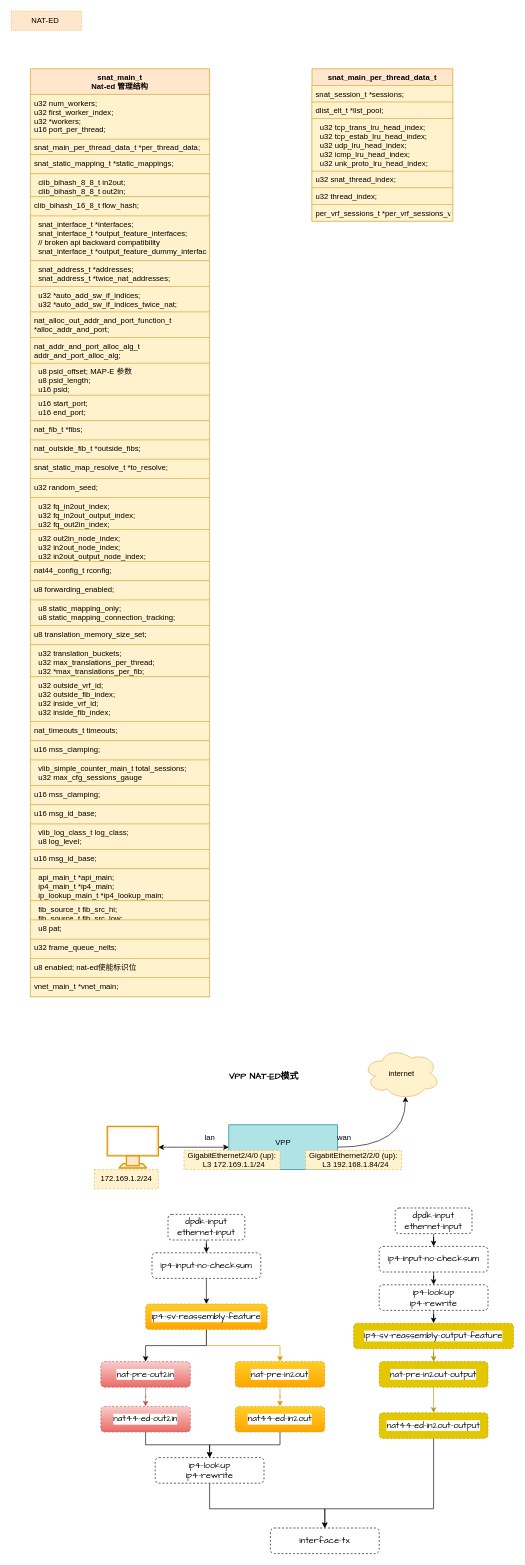
jin13417/dpdk-vpp-learning keeps this draw.io diagram as new_map/nat.drawio. Above is the earlier version. Source tidied: cells renumbered, new cells numbered last; positions are measured from the earlier drawing's top-left corner, leaving out a move shared by most shapes. Both pictures are drawn from the tidied source at 64%, with x=0, y=0 at pixel (11, 11).
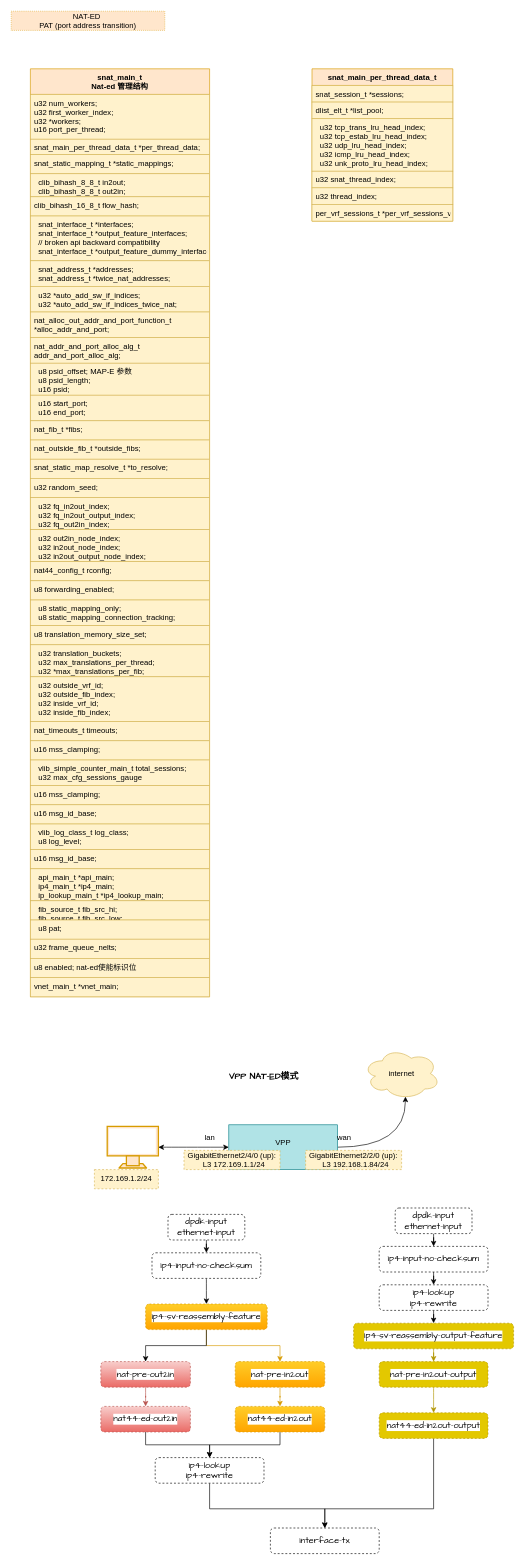
The same diagram, later.

Change to the diagram source:
```diff
@@
-    <mxCell id="2" value="NAT-ED&amp;nbsp;" style="text;html=1;strokeColor=#d79b00;fillColor=#ffe6cc;align=center;verticalAlign=middle;whiteSpace=wrap;rounded=0;dashed=1;dashPattern=1 2;" parent="1" vertex="1">
-      <mxGeometry width="110" height="30" as="geometry" />
+    <mxCell id="2" value="NAT-ED&amp;nbsp;&lt;br&gt;PAT (port address transition)" style="text;html=1;strokeColor=#d79b00;fillColor=#ffe6cc;align=center;verticalAlign=middle;whiteSpace=wrap;rounded=0;dashed=1;dashPattern=1 2;" parent="1" vertex="1">
+      <mxGeometry width="240" height="30" as="geometry" />
     </mxCell>
```
